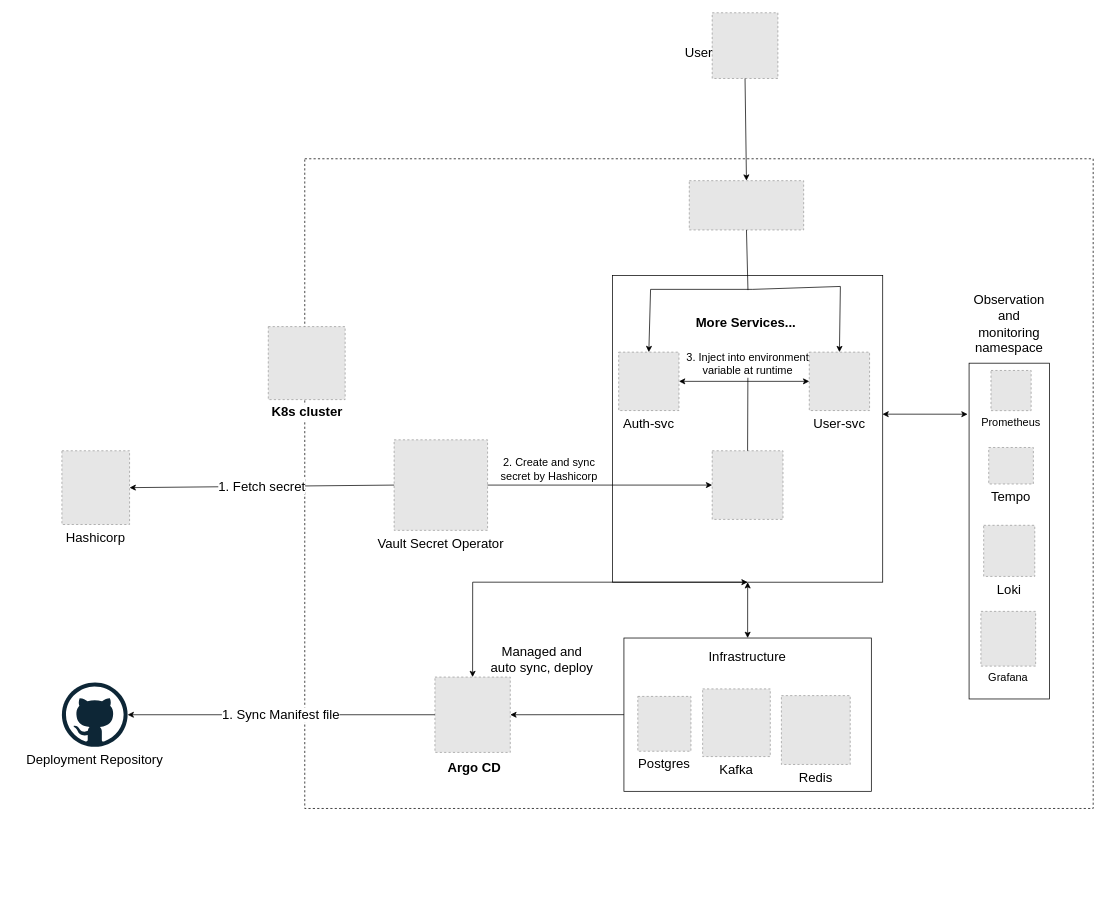
The draw.io diagram page "deployment" (3 of 4) of draft/draft.drawio in ngodat0103/yamp, before the edit. Source tidied: cells renumbered, new cells numbered last; positions are measured from the earlier drawing's top-left corner, leaving out a move shared by most shapes. Both pictures are drawn from the tidied source at 73%, with x=0, y=0 at pixel (61, 12). Pictures stored in the file or linked from it are replaced by grey dashed boxes.
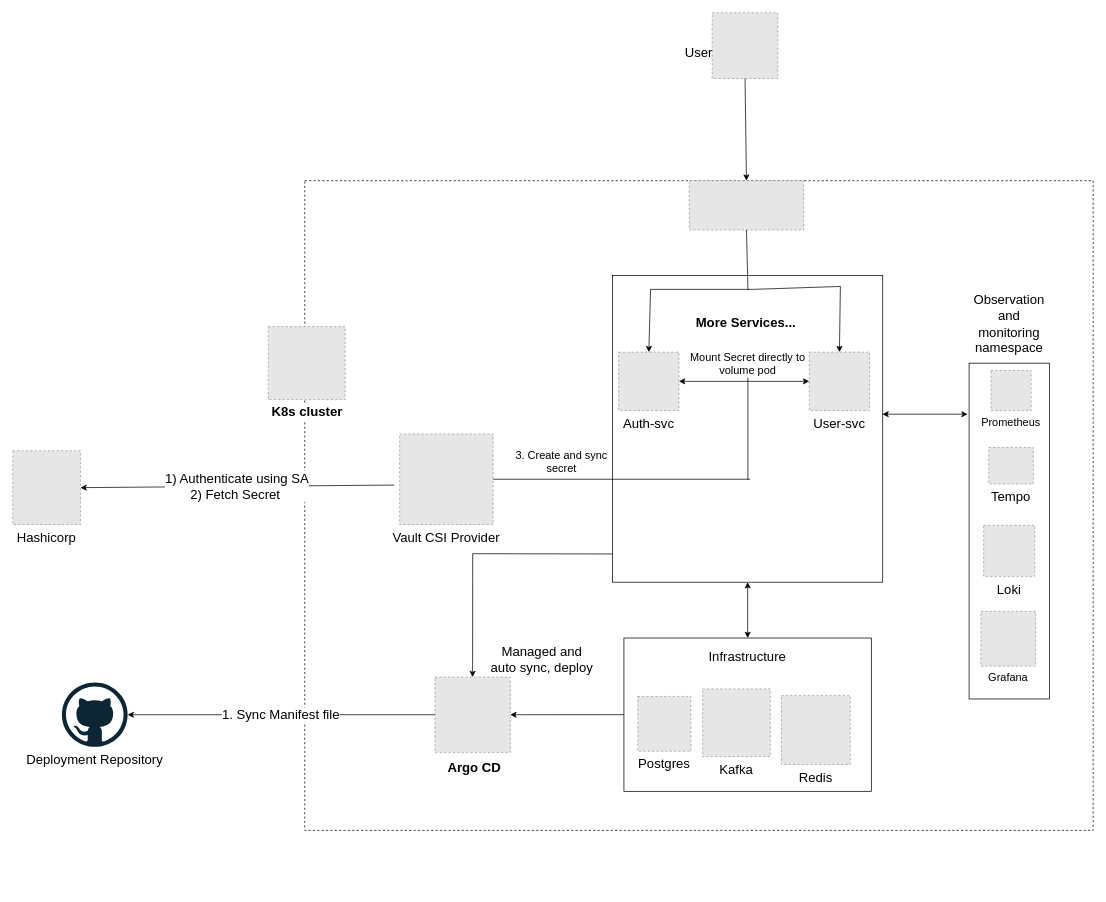
The same page after the edit.

The change refers to these unchanged cells:
```xml
<mxCell id="3" style="rounded=0;whiteSpace=wrap;html=1;" parent="1" vertex="1">
  <mxGeometry x="754.7" y="360" width="370" height="420" as="geometry" />
</mxCell>
<mxCell id="6" style="fillColor=#E6E6E6;strokeColor=#999999;dashed=1;verticalLabelPosition=bottom;labelBackgroundColor=default;verticalAlign=top;fontStyle=1;" parent="5" vertex="1">
  <mxGeometry x="8.3" width="103.2" height="103.2" as="geometry" />
</mxCell>
```

The edit, as a diff of the source:
```diff
@@
     <mxCell id="2" style="rounded=0;whiteSpace=wrap;html=1;dashed=1;strokeWidth=1;" parent="1" vertex="1">
-      <mxGeometry x="333" y="200" width="1080" height="890" as="geometry" />
+      <mxGeometry x="333" y="230" width="1080" height="890" as="geometry" />
     </mxCell>
@@
     <mxCell id="14" value="Hashicorp" style="fillColor=#E6E6E6;strokeColor=#999999;dashed=1;verticalLabelPosition=bottom;labelBackgroundColor=default;verticalAlign=top;fontSize=18;" parent="1" vertex="1">
-      <mxGeometry x="0.3" y="600" width="92.7" height="101" as="geometry" />
+      <mxGeometry x="-67" y="600" width="92.7" height="101" as="geometry" />
     </mxCell>
@@
-    <mxCell id="24" value="Vault Secret Operator" style="fillColor=#E6E6E6;strokeColor=#999999;dashed=1;verticalLabelPosition=bottom;labelBackgroundColor=default;verticalAlign=top;fontSize=18;" parent="1" vertex="1">
-      <mxGeometry x="455.4" y="585" width="128" height="124" as="geometry" />
-    </mxCell>
-    <mxCell id="25" value="&lt;font style=&quot;font-size: 18px;&quot;&gt;1. Fetch secret&lt;/font&gt;" style="endArrow=classic;html=1;rounded=0;exitX=0;exitY=0.5;exitDx=0;exitDy=0;entryX=1;entryY=0.5;entryDx=0;entryDy=0;" parent="1" edge="1" source="24" target="14">
-      <mxGeometry relative="1" as="geometry" />
+    <mxCell id="25" value="&lt;font style=&quot;font-size: 18px;&quot;&gt;1) Authenticate using SA&lt;/font&gt;&lt;div&gt;&lt;font style=&quot;font-size: 18px;&quot;&gt;2) Fetch Secret&amp;nbsp;&lt;/font&gt;&lt;/div&gt;" style="endArrow=classic;html=1;rounded=0;exitX=0;exitY=0.5;exitDx=0;exitDy=0;entryX=1;entryY=0.5;entryDx=0;entryDy=0;" parent="1" edge="1" target="14">
+      <mxGeometry relative="1" as="geometry">
+        <mxPoint x="455.3" y="647" as="sourcePoint" />
+      </mxGeometry>
     </mxCell>
-    <mxCell id="26" style="fillColor=#E6E6E6;strokeColor=#999999;dashed=1;verticalLabelPosition=bottom;labelBackgroundColor=default;verticalAlign=top;" parent="1" vertex="1">
-      <mxGeometry x="891.1" y="600" width="97" height="94" as="geometry" />
-    </mxCell>
-    <mxCell id="27" style="endArrow=none;html=1;rounded=0;entryX=0.5;entryY=0;entryDx=0;entryDy=0;" parent="1" edge="1" target="26">
+    <mxCell id="27" style="endArrow=none;html=1;rounded=0;" parent="1" edge="1">
       <mxGeometry relative="1" as="geometry">
         <mxPoint x="940" y="500" as="sourcePoint" />
+        <mxPoint x="940" y="640" as="targetPoint" />
       </mxGeometry>
     </mxCell>
@@
-    <mxCell id="29" value="&lt;font style=&quot;font-size: 15px;&quot;&gt;3. Inject into environment variable at runtime&lt;/font&gt;" style="text;html=1;align=center;verticalAlign=middle;whiteSpace=wrap;rounded=0;" parent="1" vertex="1">
+    <mxCell id="29" value="&lt;font style=&quot;font-size: 15px;&quot;&gt;Mount Secret directly to volume pod&lt;/font&gt;" style="text;html=1;align=center;verticalAlign=middle;whiteSpace=wrap;rounded=0;" parent="1" vertex="1">
       <mxGeometry x="854.7" y="464.9" width="170" height="30" as="geometry" />
     </mxCell>
-    <mxCell id="30" style="endArrow=classic;html=1;rounded=0;exitX=1;exitY=0.5;exitDx=0;exitDy=0;entryX=0;entryY=0.5;entryDx=0;entryDy=0;" parent="1" edge="1" source="24" target="26">
-      <mxGeometry relative="1" as="geometry" />
+    <mxCell id="30" style="endArrow=classic;html=1;rounded=0;exitX=1;exitY=0.5;exitDx=0;exitDy=0;" parent="1" edge="1" target="48">
+      <mxGeometry relative="1" as="geometry">
+        <mxPoint x="583.3" y="647" as="sourcePoint" />
+      </mxGeometry>
     </mxCell>
-    <mxCell id="31" value="&lt;span style=&quot;font-size: 15px;&quot;&gt;2. Create and sync secret by Hashicorp&lt;/span&gt;" style="text;html=1;align=center;verticalAlign=middle;whiteSpace=wrap;rounded=0;" parent="1" vertex="1">
-      <mxGeometry x="583" y="610" width="170" height="30" as="geometry" />
-    </mxCell>
     <mxCell id="32" style="group;" parent="1" vertex="1">
-      <mxGeometry x="1243" y="390" width="110" height="550" as="geometry" />
+      <mxGeometry x="1243" y="390" width="170" height="810" as="geometry" />
     </mxCell>
@@
+    <mxCell id="31" value="&lt;span style=&quot;font-size: 15px;&quot;&gt;3. Create and sync secret&lt;/span&gt;" style="text;html=1;align=center;verticalAlign=middle;whiteSpace=wrap;rounded=0;" parent="1" vertex="1">
+      <mxGeometry x="600.2" y="600" width="170" height="30" as="geometry" />
+    </mxCell>
@@
-    <mxCell id="41" style="endArrow=classic;html=1;rounded=0;exitX=0;exitY=1;exitDx=0;exitDy=0;entryX=0.5;entryY=1;entryDx=0;entryDy=0;" parent="1" edge="1" source="3" target="3">
-      <mxGeometry relative="1" as="geometry" />
-    </mxCell>
@@
-    <mxCell id="43" style="endArrow=classic;html=1;rounded=0;exitX=0;exitY=1;exitDx=0;exitDy=0;entryX=0.5;entryY=0;entryDx=0;entryDy=0;" parent="1" edge="1" source="3" target="6">
+    <mxCell id="43" style="endArrow=classic;html=1;rounded=0;exitX=0;exitY=0.908;exitDx=0;exitDy=0;entryX=0.5;entryY=0;entryDx=0;entryDy=0;exitPerimeter=0;" parent="1" edge="1" source="3" target="6">
       <mxGeometry relative="1" as="geometry">
         <Array as="points">
+          <mxPoint x="563" y="741" />
           <mxPoint x="563" y="780" />
         </Array>
       </mxGeometry>
     </mxCell>
@@
+    <mxCell id="48" value="Vault CSI Provider" style="fillColor=#E6E6E6;strokeColor=#999999;dashed=1;verticalLabelPosition=bottom;labelBackgroundColor=default;verticalAlign=top;fontSize=18;" parent="1" vertex="1">
+      <mxGeometry x="463" y="577" width="128" height="124" as="geometry" />
+    </mxCell>
+    <mxCell id="49" style="endArrow=none;html=1;rounded=0;exitX=1;exitY=0.5;exitDx=0;exitDy=0;" parent="1" edge="1" source="48">
+      <mxGeometry relative="1" as="geometry">
+        <mxPoint x="943" y="639" as="targetPoint" />
+      </mxGeometry>
+    </mxCell>
```
